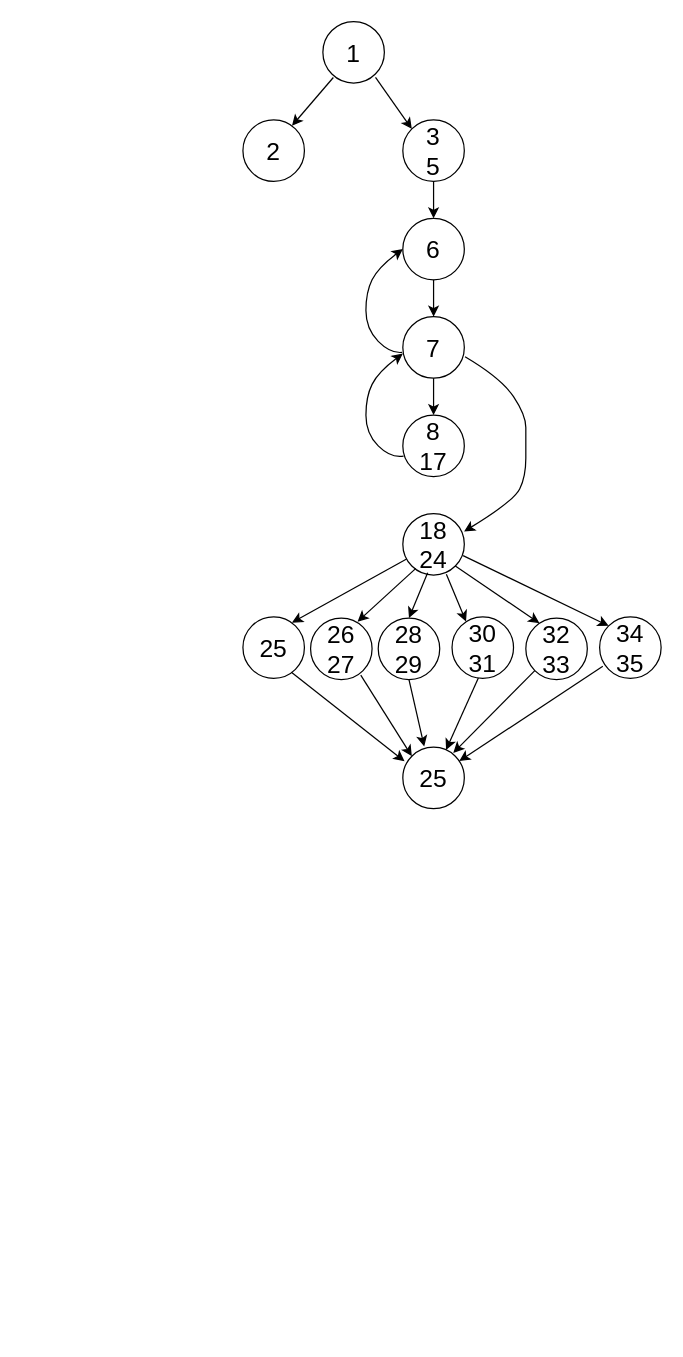
The draw.io diagram interBanking.drawio in AndritaLucianGabriel/TSS, before the edit. Source tidied: cells renumbered, new cells numbered last; positions are measured from the earlier drawing's top-left corner, leaving out a move shared by most shapes. Both pictures are drawn from the tidied source at 123%, with x=0, y=0 at pixel (242, 21).
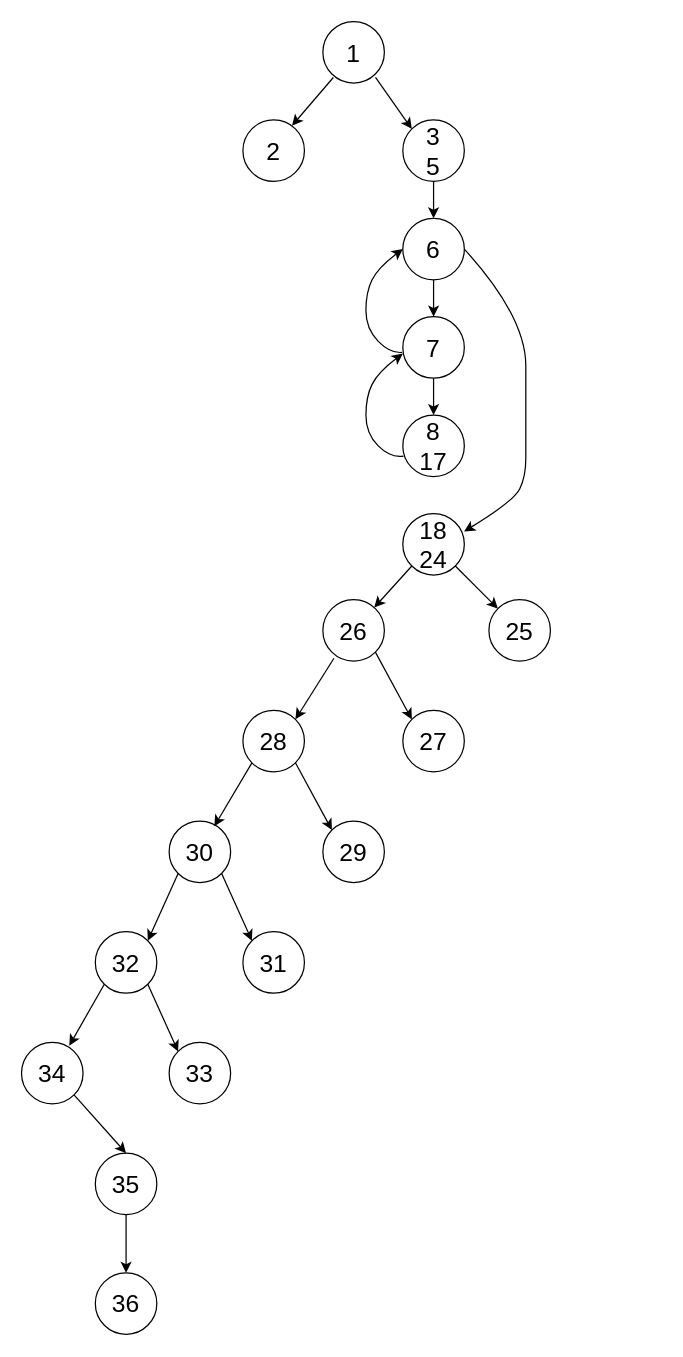
The same diagram, later.

Unchanged cells that the change refers to:
```xml
<mxCell id="7" value="&lt;font style=&quot;font-size: 20px;&quot;&gt;6&lt;/font&gt;" style="ellipse;whiteSpace=wrap;html=1;" parent="1" vertex="1">
  <mxGeometry x="130" y="160" width="50" height="50" as="geometry" />
</mxCell>
<mxCell id="9" value="&lt;font style=&quot;font-size: 20px;&quot;&gt;7&lt;/font&gt;" style="ellipse;whiteSpace=wrap;html=1;" parent="1" vertex="1">
  <mxGeometry x="130" y="240" width="50" height="50" as="geometry" />
</mxCell>
<mxCell id="15" value="&lt;font style=&quot;font-size: 20px;&quot;&gt;18&lt;br&gt;24&lt;/font&gt;" style="ellipse;whiteSpace=wrap;html=1;" parent="1" vertex="1">
  <mxGeometry x="130" y="400" width="50" height="50" as="geometry" />
</mxCell>
```

Diff of the diagram source:
```diff
@@
-    <mxCell id="16" style="curved=1;endArrow=classic;html=1;rounded=0;exitX=1.012;exitY=0.652;exitDx=0;exitDy=0;exitPerimeter=0;entryX=0.996;entryY=0.292;entryDx=0;entryDy=0;entryPerimeter=0;" parent="1" edge="1" source="9" target="15">
+    <mxCell id="16" style="curved=1;endArrow=classic;html=1;rounded=0;exitX=1;exitY=0.5;exitDx=0;exitDy=0;entryX=0.996;entryY=0.292;entryDx=0;entryDy=0;entryPerimeter=0;" parent="1" edge="1" source="7" target="15">
       <mxGeometry relative="1" as="geometry">
         <Array as="points">
-          <mxPoint x="210" y="290" />
+          <mxPoint x="230" y="240" />
           <mxPoint x="230" y="320" />
           <mxPoint x="230" y="340" />
           <mxPoint x="230" y="370" />
           <mxPoint x="220" y="390" />
         </Array>
       </mxGeometry>
     </mxCell>
     <mxCell id="17" value="&lt;font style=&quot;font-size: 20px;&quot;&gt;25&lt;/font&gt;" style="ellipse;whiteSpace=wrap;html=1;" parent="1" vertex="1">
-      <mxGeometry y="484" width="50" height="50" as="geometry" />
+      <mxGeometry x="200" y="470" width="50" height="50" as="geometry" />
     </mxCell>
-    <mxCell id="18" value="&lt;font style=&quot;font-size: 20px;&quot;&gt;26&lt;br&gt;27&lt;br&gt;&lt;/font&gt;" style="ellipse;whiteSpace=wrap;html=1;" parent="1" vertex="1">
-      <mxGeometry x="55" y="485" width="50" height="50" as="geometry" />
+    <mxCell id="18" value="&lt;font style=&quot;font-size: 20px;&quot;&gt;26&lt;br&gt;&lt;/font&gt;" style="ellipse;whiteSpace=wrap;html=1;" parent="1" vertex="1">
+      <mxGeometry x="65" y="470" width="50" height="50" as="geometry" />
     </mxCell>
-    <mxCell id="19" style="endArrow=classic;html=1;rounded=0;entryX=0.798;entryY=0.094;entryDx=0;entryDy=0;entryPerimeter=0;" parent="1" edge="1" source="15" target="17">
-      <mxGeometry relative="1" as="geometry" />
-    </mxCell>
-    <mxCell id="20" style="endArrow=classic;html=1;rounded=0;entryX=0.764;entryY=0.058;entryDx=0;entryDy=0;entryPerimeter=0;exitX=0.212;exitY=0.892;exitDx=0;exitDy=0;exitPerimeter=0;" parent="1" edge="1" source="15" target="18">
-      <mxGeometry relative="1" as="geometry" />
-    </mxCell>
-    <mxCell id="21" value="&lt;font style=&quot;font-size: 20px;&quot;&gt;28&lt;br&gt;29&lt;br&gt;&lt;/font&gt;" style="ellipse;whiteSpace=wrap;html=1;" parent="1" vertex="1">
-      <mxGeometry x="110" y="485" width="50" height="50" as="geometry" />
+    <mxCell id="21" value="&lt;font style=&quot;font-size: 20px;&quot;&gt;28&lt;br&gt;&lt;/font&gt;" style="ellipse;whiteSpace=wrap;html=1;" parent="1" vertex="1">
+      <mxGeometry y="560" width="50" height="50" as="geometry" />
     </mxCell>
-    <mxCell id="22" value="&lt;font style=&quot;font-size: 20px;&quot;&gt;30&lt;br&gt;31&lt;br&gt;&lt;/font&gt;" style="ellipse;whiteSpace=wrap;html=1;" parent="1" vertex="1">
-      <mxGeometry x="170" y="484" width="50" height="50" as="geometry" />
+    <mxCell id="22" value="&lt;font style=&quot;font-size: 20px;&quot;&gt;30&lt;br&gt;&lt;/font&gt;" style="ellipse;whiteSpace=wrap;html=1;" parent="1" vertex="1">
+      <mxGeometry x="-60" y="650" width="50" height="50" as="geometry" />
     </mxCell>
-    <mxCell id="23" style="endArrow=classic;html=1;rounded=0;exitX=0.404;exitY=0.964;exitDx=0;exitDy=0;exitPerimeter=0;entryX=0.5;entryY=0;entryDx=0;entryDy=0;" parent="1" edge="1" source="15" target="21">
-      <mxGeometry relative="1" as="geometry" />
-    </mxCell>
-    <mxCell id="24" style="endArrow=classic;html=1;rounded=0;exitX=0.708;exitY=0.988;exitDx=0;exitDy=0;exitPerimeter=0;entryX=0.228;entryY=0.076;entryDx=0;entryDy=0;entryPerimeter=0;" parent="1" edge="1" source="15" target="22">
-      <mxGeometry relative="1" as="geometry" />
-    </mxCell>
-    <mxCell id="25" value="&lt;font style=&quot;font-size: 20px;&quot;&gt;32&lt;br&gt;33&lt;br&gt;&lt;/font&gt;" style="ellipse;whiteSpace=wrap;html=1;" parent="1" vertex="1">
-      <mxGeometry x="230" y="485" width="50" height="50" as="geometry" />
+    <mxCell id="25" value="&lt;font style=&quot;font-size: 20px;&quot;&gt;31&lt;br&gt;&lt;/font&gt;" style="ellipse;whiteSpace=wrap;html=1;" parent="1" vertex="1">
+      <mxGeometry y="740" width="50" height="50" as="geometry" />
     </mxCell>
-    <mxCell id="26" value="&lt;font style=&quot;font-size: 20px;&quot;&gt;34&lt;br&gt;35&lt;br&gt;&lt;/font&gt;" style="ellipse;whiteSpace=wrap;html=1;" parent="1" vertex="1">
-      <mxGeometry x="290" y="484" width="50" height="50" as="geometry" />
+    <mxCell id="26" value="&lt;font style=&quot;font-size: 20px;&quot;&gt;32&lt;br&gt;&lt;/font&gt;" style="ellipse;whiteSpace=wrap;html=1;" parent="1" vertex="1">
+      <mxGeometry x="-120" y="740" width="50" height="50" as="geometry" />
     </mxCell>
-    <mxCell id="27" style="endArrow=classic;html=1;rounded=0;exitX=1;exitY=1;exitDx=0;exitDy=0;entryX=0.22;entryY=0.082;entryDx=0;entryDy=0;entryPerimeter=0;" parent="1" edge="1" source="15" target="25">
-      <mxGeometry relative="1" as="geometry" />
-    </mxCell>
-    <mxCell id="28" style="endArrow=classic;html=1;rounded=0;exitX=0.98;exitY=0.684;exitDx=0;exitDy=0;exitPerimeter=0;entryX=0;entryY=0;entryDx=0;entryDy=0;" parent="1" edge="1" source="15" target="26">
-      <mxGeometry relative="1" as="geometry" />
-    </mxCell>
-    <mxCell id="29" value="&lt;span style=&quot;font-size: 20px;&quot;&gt;25&lt;/span&gt;" style="ellipse;whiteSpace=wrap;html=1;" parent="1" vertex="1">
-      <mxGeometry x="130" y="590" width="50" height="50" as="geometry" />
+    <mxCell id="29" value="&lt;span style=&quot;font-size: 20px;&quot;&gt;29&lt;/span&gt;" style="ellipse;whiteSpace=wrap;html=1;" parent="1" vertex="1">
+      <mxGeometry x="65" y="650" width="50" height="50" as="geometry" />
     </mxCell>
-    <mxCell id="30" style="endArrow=classic;html=1;rounded=0;exitX=0.428;exitY=0.996;exitDx=0;exitDy=0;exitPerimeter=0;" parent="1" edge="1" source="22" target="29">
-      <mxGeometry relative="1" as="geometry" />
-    </mxCell>
+    <mxCell id="36" value="&lt;font style=&quot;font-size: 20px;&quot;&gt;27&lt;br&gt;&lt;/font&gt;" style="ellipse;whiteSpace=wrap;html=1;" parent="1" vertex="1">
+      <mxGeometry x="130" y="560" width="50" height="50" as="geometry" />
+    </mxCell>
+    <mxCell id="37" value="&lt;font style=&quot;font-size: 20px;&quot;&gt;33&lt;br&gt;&lt;/font&gt;" style="ellipse;whiteSpace=wrap;html=1;" parent="1" vertex="1">
+      <mxGeometry x="-60" y="830" width="50" height="50" as="geometry" />
+    </mxCell>
+    <mxCell id="38" value="&lt;font style=&quot;font-size: 20px;&quot;&gt;34&lt;br&gt;&lt;/font&gt;" style="ellipse;whiteSpace=wrap;html=1;" parent="1" vertex="1">
+      <mxGeometry x="-180" y="830" width="50" height="50" as="geometry" />
+    </mxCell>
+    <mxCell id="39" value="&lt;font style=&quot;font-size: 20px;&quot;&gt;35&lt;br&gt;&lt;/font&gt;" style="ellipse;whiteSpace=wrap;html=1;" parent="1" vertex="1">
+      <mxGeometry x="-120" y="920" width="50" height="50" as="geometry" />
+    </mxCell>
+    <mxCell id="20" style="endArrow=classic;html=1;rounded=0;exitX=0;exitY=1;exitDx=0;exitDy=0;" parent="1" edge="1" source="15" target="18">
+      <mxGeometry relative="1" as="geometry" />
+    </mxCell>
+    <mxCell id="19" style="endArrow=classic;html=1;rounded=0;exitX=1;exitY=1;exitDx=0;exitDy=0;entryX=0;entryY=0;entryDx=0;entryDy=0;" parent="1" edge="1" source="15" target="17">
+      <mxGeometry relative="1" as="geometry" />
+    </mxCell>
+    <mxCell id="40" style="endArrow=classic;html=1;rounded=0;exitX=0.18;exitY=0.954;exitDx=0;exitDy=0;entryX=1;entryY=0;entryDx=0;entryDy=0;exitPerimeter=0;" parent="1" edge="1" source="18" target="21">
+      <mxGeometry relative="1" as="geometry" />
+    </mxCell>
+    <mxCell id="41" style="endArrow=classic;html=1;rounded=0;exitX=1;exitY=1;exitDx=0;exitDy=0;entryX=0;entryY=0;entryDx=0;entryDy=0;" parent="1" edge="1" source="18" target="36">
+      <mxGeometry relative="1" as="geometry" />
+    </mxCell>
+    <mxCell id="42" style="endArrow=classic;html=1;rounded=0;exitX=0;exitY=1;exitDx=0;exitDy=0;entryX=0.735;entryY=0.085;entryDx=0;entryDy=0;entryPerimeter=0;" parent="1" edge="1" source="21" target="22">
+      <mxGeometry relative="1" as="geometry" />
+    </mxCell>
-    <mxCell id="31" style="endArrow=classic;html=1;rounded=0;exitX=0.5;exitY=1;exitDx=0;exitDy=0;entryX=0.348;entryY=-0.012;entryDx=0;entryDy=0;entryPerimeter=0;" parent="1" edge="1" source="21" target="29">
+    <mxCell id="31" style="endArrow=classic;html=1;rounded=0;exitX=1;exitY=1;exitDx=0;exitDy=0;entryX=0;entryY=0;entryDx=0;entryDy=0;" parent="1" edge="1" source="21" target="29">
       <mxGeometry relative="1" as="geometry" />
     </mxCell>
-    <mxCell id="32" style="endArrow=classic;html=1;rounded=0;exitX=0;exitY=1;exitDx=0;exitDy=0;entryX=0.82;entryY=0.092;entryDx=0;entryDy=0;entryPerimeter=0;" parent="1" edge="1" source="25" target="29">
-      <mxGeometry relative="1" as="geometry" />
-    </mxCell>
-    <mxCell id="33" style="endArrow=classic;html=1;rounded=0;exitX=0.052;exitY=0.804;exitDx=0;exitDy=0;exitPerimeter=0;" parent="1" edge="1" source="26" target="29">
-      <mxGeometry relative="1" as="geometry" />
-    </mxCell>
-    <mxCell id="34" style="endArrow=classic;html=1;rounded=0;exitX=0.816;exitY=0.928;exitDx=0;exitDy=0;exitPerimeter=0;entryX=0;entryY=0;entryDx=0;entryDy=0;" parent="1" edge="1" source="18" target="29">
-      <mxGeometry relative="1" as="geometry" />
-    </mxCell>
-    <mxCell id="35" style="endArrow=classic;html=1;rounded=0;exitX=0.788;exitY=0.9;exitDx=0;exitDy=0;exitPerimeter=0;entryX=0.028;entryY=0.228;entryDx=0;entryDy=0;entryPerimeter=0;" parent="1" edge="1" source="17" target="29">
-      <mxGeometry relative="1" as="geometry" />
-    </mxCell>
+    <mxCell id="43" style="endArrow=classic;html=1;rounded=0;exitX=0;exitY=1;exitDx=0;exitDy=0;entryX=1;entryY=0;entryDx=0;entryDy=0;" parent="1" edge="1" source="22" target="26">
+      <mxGeometry relative="1" as="geometry" />
+    </mxCell>
+    <mxCell id="44" style="endArrow=classic;html=1;rounded=0;exitX=1;exitY=1;exitDx=0;exitDy=0;entryX=0;entryY=0;entryDx=0;entryDy=0;" parent="1" edge="1" source="22" target="25">
+      <mxGeometry relative="1" as="geometry" />
+    </mxCell>
+    <mxCell id="45" style="endArrow=classic;html=1;rounded=0;exitX=0;exitY=1;exitDx=0;exitDy=0;entryX=0.777;entryY=0.052;entryDx=0;entryDy=0;entryPerimeter=0;" parent="1" edge="1" source="26" target="38">
+      <mxGeometry relative="1" as="geometry" />
+    </mxCell>
+    <mxCell id="46" style="endArrow=classic;html=1;rounded=0;exitX=1;exitY=1;exitDx=0;exitDy=0;entryX=0;entryY=0;entryDx=0;entryDy=0;" parent="1" edge="1" source="26" target="37">
+      <mxGeometry relative="1" as="geometry" />
+    </mxCell>
+    <mxCell id="47" style="endArrow=classic;html=1;rounded=0;exitX=1;exitY=1;exitDx=0;exitDy=0;entryX=0.5;entryY=0;entryDx=0;entryDy=0;" parent="1" edge="1" source="38" target="39">
+      <mxGeometry relative="1" as="geometry" />
+    </mxCell>
+    <mxCell id="48" value="&lt;font style=&quot;font-size: 20px;&quot;&gt;36&lt;br&gt;&lt;/font&gt;" style="ellipse;whiteSpace=wrap;html=1;" parent="1" vertex="1">
+      <mxGeometry x="-120" y="1017.3" width="50" height="50" as="geometry" />
+    </mxCell>
+    <mxCell id="49" style="endArrow=classic;html=1;rounded=0;exitX=0.5;exitY=1;exitDx=0;exitDy=0;" parent="1" edge="1" source="39" target="48">
+      <mxGeometry relative="1" as="geometry" />
+    </mxCell>
```
